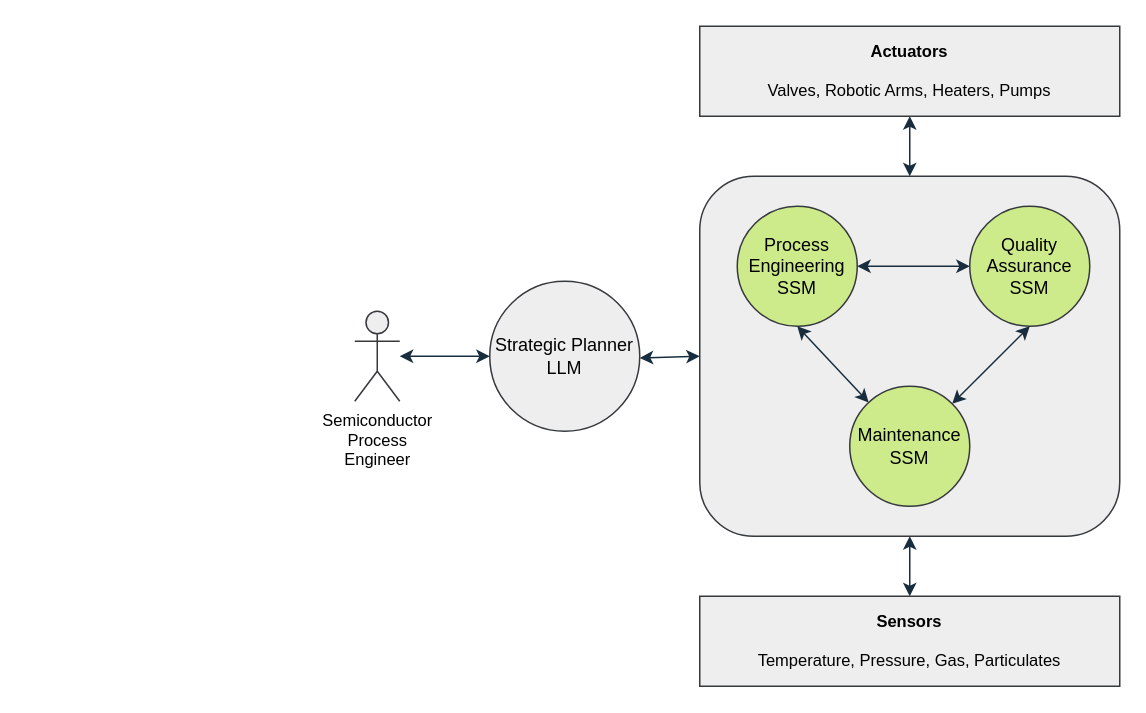
Above: page "industrial-use-case" (1 of 4) of diagrams/ssm.drawio in aitomatic/openssa (draw.io), before the change. Source tidied: cells renumbered, new cells numbered last; positions are measured from the earlier drawing's top-left corner, leaving out a move shared by most shapes. Both pictures are drawn from the tidied source at 150%, with x=0, y=0 at pixel (354, 26).
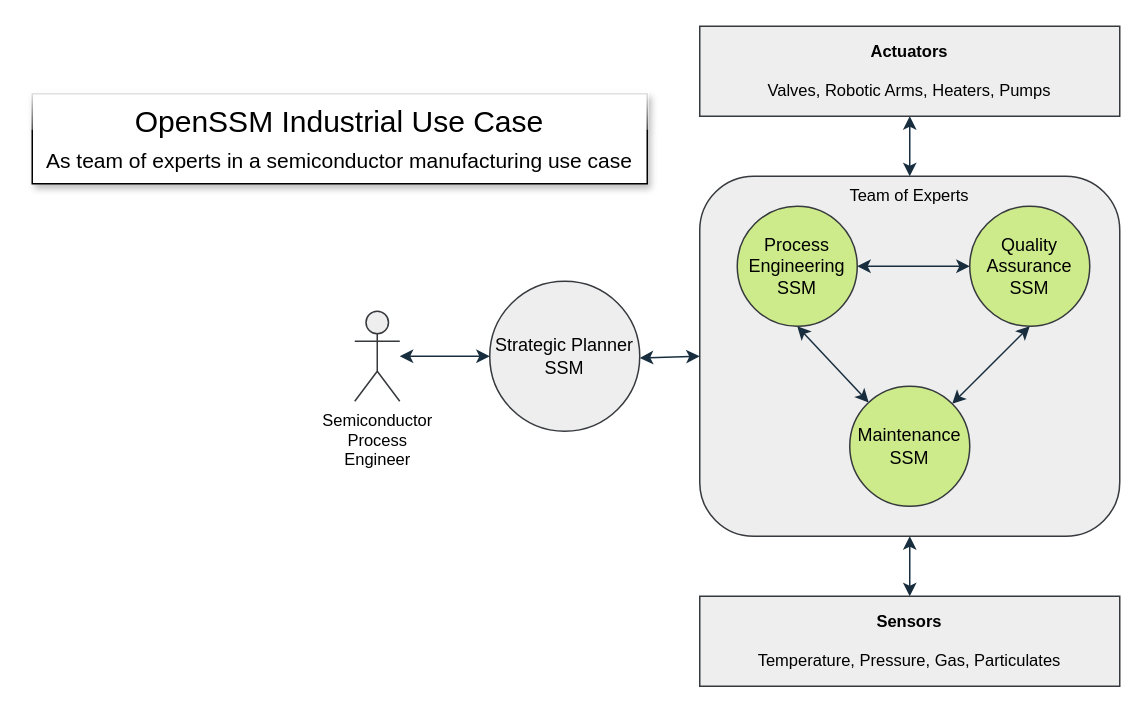
The same page after the edit.

What changed in the source:
```diff
@@
 <mxGraphModel>
   <root>
     <mxCell id="0" />
     <mxCell id="1" parent="0" />
     <mxCell id="2" style="edgeStyle=none;shape=connector;rounded=1;jettySize=auto;html=1;entryX=0.5;entryY=0;entryDx=0;entryDy=0;labelBackgroundColor=default;strokeColor=#182E3E;fontFamily=Helvetica;fontSize=11;fontColor=#1A1A1A;startArrow=classic;startFill=1;endArrow=classic;" parent="1" edge="1" source="3" target="12">
       <mxGeometry relative="1" as="geometry" />
     </mxCell>
-    <mxCell id="3" style="rounded=1;whiteSpace=wrap;html=1;fontFamily=Helvetica;fontSize=11;fillColor=#eeeeee;strokeColor=#36393d;" parent="1" vertex="1">
+    <mxCell id="3" value="Team of Experts" style="rounded=1;whiteSpace=wrap;html=1;fontFamily=Helvetica;fontSize=11;fillColor=#eeeeee;strokeColor=#36393d;verticalAlign=top;" parent="1" vertex="1">
       <mxGeometry x="230" y="100" width="280" height="240" as="geometry" />
     </mxCell>
     <mxCell id="4" style="edgeStyle=orthogonalEdgeStyle;jettySize=auto;html=1;entryX=0;entryY=0.5;entryDx=0;entryDy=0;strokeColor=#182E3E;fontColor=#1A1A1A;startArrow=classic;startFill=1;" parent="1" edge="1" source="6" target="8">
       <mxGeometry relative="1" as="geometry" />
     </mxCell>
     <mxCell id="5" style="jettySize=auto;html=1;exitX=0.5;exitY=1;exitDx=0;exitDy=0;strokeColor=#182E3E;fontColor=#1A1A1A;startArrow=classic;startFill=1;" parent="1" edge="1" source="6" target="9">
       <mxGeometry relative="1" as="geometry" />
     </mxCell>
     <mxCell id="6" value="Process Engineering SSM" style="ellipse;whiteSpace=wrap;html=1;strokeColor=#36393d;fillColor=#cdeb8b;" parent="1" vertex="1">
       <mxGeometry x="255" y="120" width="80" height="80" as="geometry" />
     </mxCell>
     <mxCell id="7" style="jettySize=auto;html=1;entryX=1;entryY=0;entryDx=0;entryDy=0;strokeColor=#182E3E;fontColor=#1A1A1A;startArrow=classic;startFill=1;exitX=0.5;exitY=1;exitDx=0;exitDy=0;" parent="1" edge="1" source="8" target="9">
       <mxGeometry relative="1" as="geometry" />
     </mxCell>
     <mxCell id="8" value="Quality Assurance SSM" style="ellipse;whiteSpace=wrap;html=1;strokeColor=#36393d;fillColor=#cdeb8b;" parent="1" vertex="1">
       <mxGeometry x="410" y="120" width="80" height="80" as="geometry" />
     </mxCell>
     <mxCell id="9" value="Maintenance SSM" style="ellipse;whiteSpace=wrap;html=1;strokeColor=#36393d;fillColor=#cdeb8b;" parent="1" vertex="1">
       <mxGeometry x="330" y="240" width="80" height="80" as="geometry" />
     </mxCell>
     <mxCell id="10" style="edgeStyle=none;shape=connector;rounded=1;jettySize=auto;html=1;entryX=0;entryY=0.5;entryDx=0;entryDy=0;labelBackgroundColor=default;strokeColor=#182E3E;fontFamily=Helvetica;fontSize=11;fontColor=#1A1A1A;startArrow=classic;startFill=1;endArrow=classic;" parent="1" edge="1" source="11" target="3">
       <mxGeometry relative="1" as="geometry" />
     </mxCell>
-    <mxCell id="11" value="Strategic Planner&lt;br&gt;LLM" style="ellipse;whiteSpace=wrap;html=1;strokeColor=#36393d;fillColor=#eeeeee;" parent="1" vertex="1">
+    <mxCell id="11" value="Strategic Planner&lt;br&gt;SSM" style="ellipse;whiteSpace=wrap;html=1;strokeColor=#36393d;fillColor=#eeeeee;" parent="1" vertex="1">
       <mxGeometry x="90" y="170" width="100" height="100" as="geometry" />
     </mxCell>
     <mxCell id="12" value="&lt;b&gt;Sensors&lt;br&gt;&lt;/b&gt;&lt;br&gt;Temperature, Pressure, Gas, Particulates" style="rounded=0;whiteSpace=wrap;html=1;fontFamily=Helvetica;fontSize=11;fillColor=#eeeeee;strokeColor=#36393d;" parent="1" vertex="1">
       <mxGeometry x="230" y="380" width="280" height="60" as="geometry" />
     </mxCell>
     <mxCell id="13" style="edgeStyle=none;shape=connector;rounded=1;jettySize=auto;html=1;entryX=0.5;entryY=0;entryDx=0;entryDy=0;labelBackgroundColor=default;strokeColor=#182E3E;fontFamily=Helvetica;fontSize=11;fontColor=#1A1A1A;startArrow=classic;startFill=1;endArrow=classic;" parent="1" edge="1" source="14" target="3">
       <mxGeometry relative="1" as="geometry" />
     </mxCell>
     <mxCell id="14" value="&lt;b&gt;Actuators&lt;br&gt;&lt;/b&gt;&lt;br&gt;Valves, Robotic Arms, Heaters, Pumps" style="rounded=0;whiteSpace=wrap;html=1;fontFamily=Helvetica;fontSize=11;fillColor=#eeeeee;strokeColor=#36393d;" parent="1" vertex="1">
       <mxGeometry x="230" width="280" height="60" as="geometry" />
     </mxCell>
     <mxCell id="15" style="edgeStyle=none;shape=connector;rounded=1;jettySize=auto;html=1;entryX=0;entryY=0.5;entryDx=0;entryDy=0;labelBackgroundColor=default;strokeColor=#182E3E;fontFamily=Helvetica;fontSize=11;fontColor=#1A1A1A;startArrow=classic;startFill=1;endArrow=classic;" parent="1" edge="1" source="16" target="11">
       <mxGeometry relative="1" as="geometry" />
     </mxCell>
     <mxCell id="16" value="Semiconductor&lt;br&gt;Process&lt;br&gt;Engineer" style="shape=umlActor;verticalLabelPosition=bottom;verticalAlign=top;html=1;outlineConnect=0;strokeColor=#36393d;fontFamily=Helvetica;fontSize=11;fillColor=#eeeeee;" parent="1" vertex="1">
       <mxGeometry y="190" width="30" height="60" as="geometry" />
     </mxCell>
+    <mxCell id="17" value="OpenSSM Industrial Use Case&lt;br&gt;&lt;font style=&quot;font-size: 14px;&quot;&gt;As team of experts in a semiconductor manufacturing use case&lt;/font&gt;" style="rounded=0;whiteSpace=wrap;html=1;fontFamily=Helvetica;fontSize=20;shadow=1;glass=1;" parent="1" vertex="1">
+      <mxGeometry x="-215" y="45" width="410" height="60" as="geometry" />
+    </mxCell>
   </root>
 </mxGraphModel>
```
